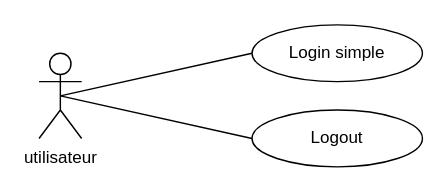
Before: auth.drawio in PFE-Neoledge-2023/rapport, a draw.io diagram. Source tidied: cells renumbered, new cells numbered last; positions are measured from the earlier drawing's top-left corner, leaving out a move shared by most shapes. Both pictures are drawn from the tidied source at 142%, with x=0, y=0 at pixel (38, 24).
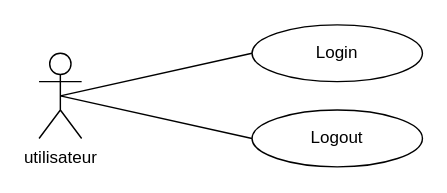
The same diagram, later.

Diff of the diagram source:
```diff
@@
 <mxGraphModel>
   <root>
     <mxCell id="0" />
     <mxCell id="1" parent="0" />
     <mxCell id="2" value="utilisateur" style="shape=umlActor;verticalLabelPosition=bottom;verticalAlign=top;html=1;outlineConnect=0;" parent="1" vertex="1">
       <mxGeometry y="20" width="30" height="60" as="geometry" />
     </mxCell>
     <mxCell id="3" style="endArrow=none;html=1;exitX=0.5;exitY=0.5;exitDx=0;exitDy=0;exitPerimeter=0;" parent="1" edge="1" source="2">
       <mxGeometry relative="1" as="geometry">
         <mxPoint x="150" y="20" as="targetPoint" />
       </mxGeometry>
     </mxCell>
     <mxCell id="4" style="endArrow=none;html=1;exitX=0.5;exitY=0.5;exitDx=0;exitDy=0;exitPerimeter=0;entryX=0;entryY=0.5;entryDx=0;entryDy=0;" parent="1" edge="1" source="2" target="7">
       <mxGeometry relative="1" as="geometry" />
     </mxCell>
     <mxCell id="5" style="group;" parent="1" vertex="1">
       <mxGeometry x="150" width="120" height="100" as="geometry" />
     </mxCell>
-    <mxCell id="6" value="Login simple" style="ellipse;whiteSpace=wrap;html=1;" parent="5" vertex="1">
+    <mxCell id="6" value="Login" style="ellipse;whiteSpace=wrap;html=1;" parent="5" vertex="1">
       <mxGeometry width="120" height="40" as="geometry" />
     </mxCell>
     <mxCell id="7" value="Logout" style="ellipse;whiteSpace=wrap;html=1;" parent="5" vertex="1">
       <mxGeometry y="60" width="120" height="40" as="geometry" />
     </mxCell>
   </root>
 </mxGraphModel>
```
